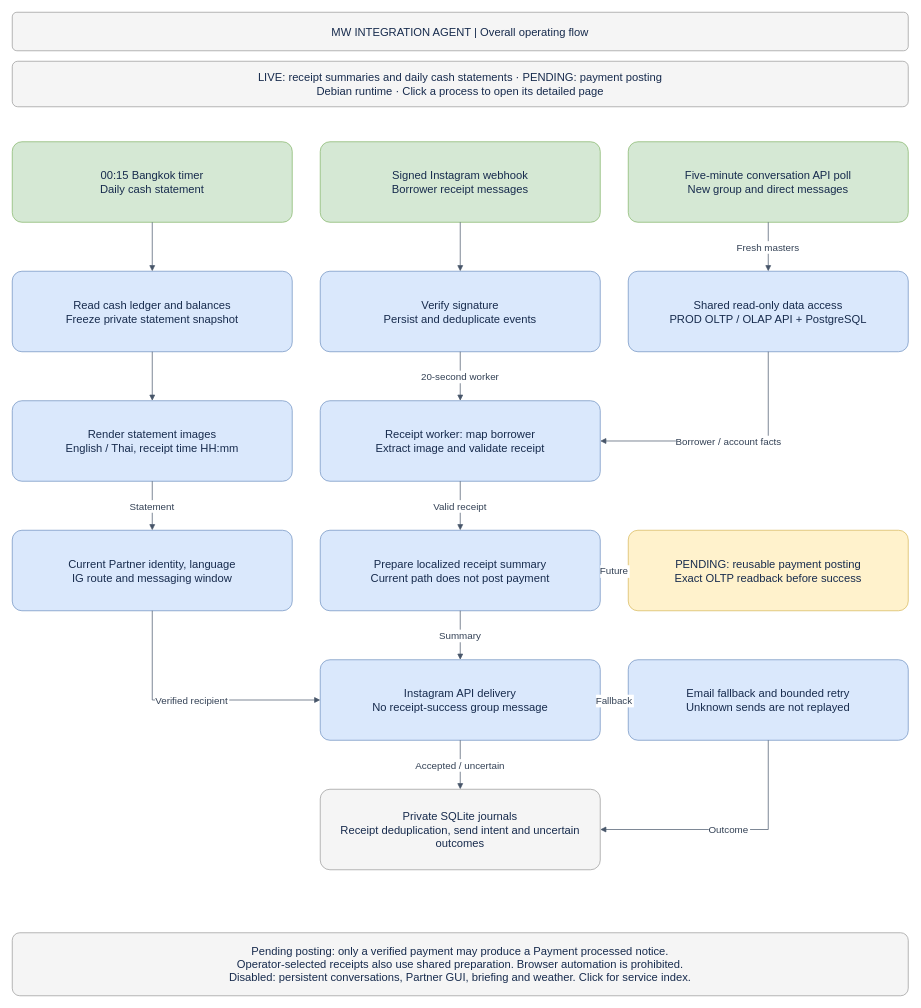
Above: page "01 · Agent overview" (1 of 17) of docs/BUSINESS_PROCESS.drawio in welct0407/MW-Credit-App (draw.io), before the change. Source tidied: cells renumbered, new cells numbered last; positions are measured from the earlier drawing's top-left corner, leaving out a move shared by most shapes. Both pictures are drawn from the tidied source at 70%, with x=0, y=0 at pixel (12, 12).
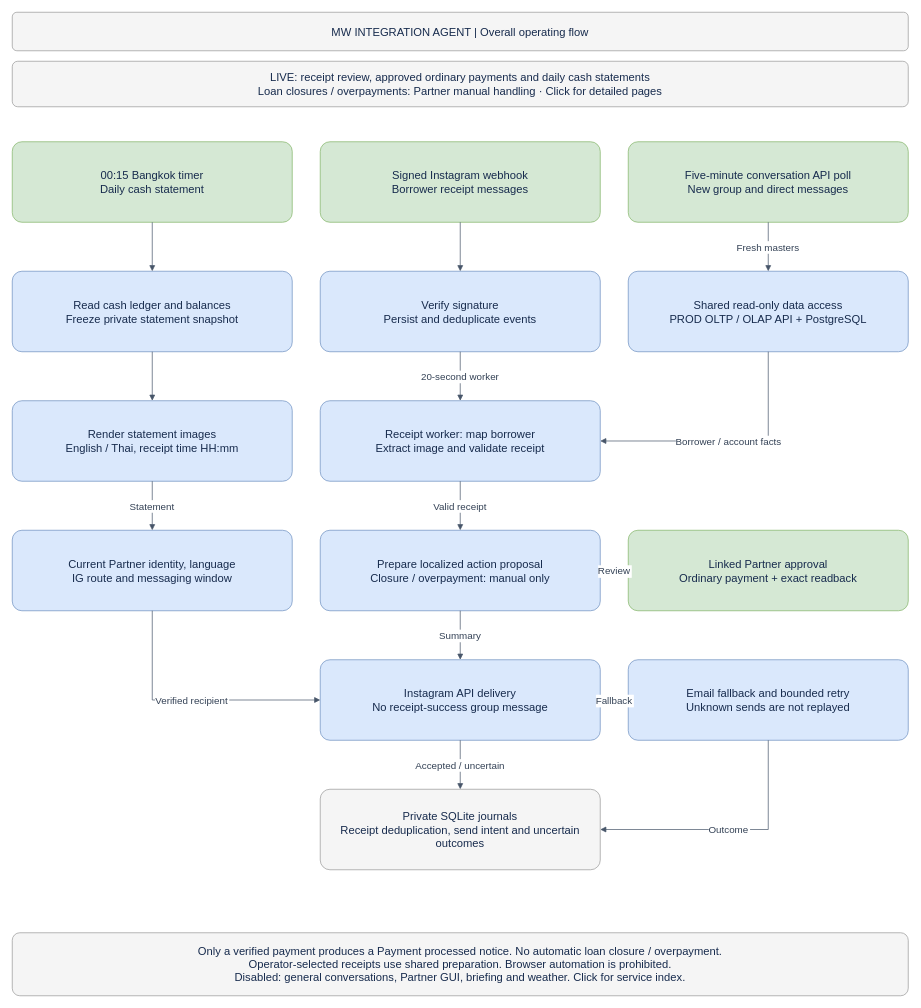
The same diagram, later.

The edit, as a diff of the source:
```diff
@@
-    <mxCell id="3" value="LIVE: receipt summaries and daily cash statements · PENDING: payment posting&#10;Debian runtime · Click a process to open its detailed page" style="rounded=1;arcSize=12;whiteSpace=wrap;html=0;fillColor=#f5f5f5;strokeColor=#999999;fontColor=#172b4d;fontSize=16;align=center;verticalAlign=middle;spacing=12;" parent="1" vertex="1">
+    <mxCell id="3" value="LIVE: receipt review, approved ordinary payments and daily cash statements&#10;Loan closures / overpayments: Partner manual handling · Click for detailed pages" style="rounded=1;arcSize=12;whiteSpace=wrap;html=0;fillColor=#f5f5f5;strokeColor=#999999;fontColor=#172b4d;fontSize=16;align=center;verticalAlign=middle;spacing=12;" parent="1" vertex="1">
       <mxGeometry y="70" width="1280" height="65" as="geometry" />
     </mxCell>
@@
-    <mxCell id="12" value="PENDING: reusable payment posting&#10;Exact OLTP readback before success" style="rounded=1;arcSize=12;whiteSpace=wrap;html=0;fillColor=#fff2cc;strokeColor=#d6b656;fontColor=#172b4d;fontSize=16;align=center;verticalAlign=middle;spacing=12;" parent="1" vertex="1">
+    <mxCell id="12" value="Linked Partner approval&#10;Ordinary payment + exact readback" style="rounded=1;arcSize=12;whiteSpace=wrap;html=0;fillColor=#d5e8d4;strokeColor=#82b366;fontColor=#172b4d;fontSize=16;align=center;verticalAlign=middle;spacing=12;" parent="1" vertex="1">
       <mxGeometry x="880" y="740" width="400" height="115" as="geometry" />
     </mxCell>
@@
-    <mxCell id="14" value="Prepare localized receipt summary&#10;Current path does not post payment" style="rounded=1;arcSize=12;whiteSpace=wrap;html=0;fillColor=#dae8fc;strokeColor=#6c8ebf;fontColor=#172b4d;fontSize=16;align=center;verticalAlign=middle;spacing=12;" parent="1" vertex="1">
+    <mxCell id="14" value="Prepare localized action proposal&#10;Closure / overpayment: manual only" style="rounded=1;arcSize=12;whiteSpace=wrap;html=0;fillColor=#dae8fc;strokeColor=#6c8ebf;fontColor=#172b4d;fontSize=16;align=center;verticalAlign=middle;spacing=12;" parent="1" vertex="1">
       <mxGeometry x="440" y="740" width="400" height="115" as="geometry" />
     </mxCell>
@@
-    <mxCell id="28" value="Future" style="edgeStyle=orthogonalEdgeStyle;rounded=0;jettySize=auto;html=0;endArrow=block;endFill=1;strokeColor=#475569;fontColor=#334155;fontSize=14;labelBackgroundColor=#ffffff;" parent="1" edge="1" source="14" target="12">
+    <mxCell id="28" value="Review" style="edgeStyle=orthogonalEdgeStyle;rounded=0;jettySize=auto;html=0;endArrow=block;endFill=1;strokeColor=#475569;fontColor=#334155;fontSize=14;labelBackgroundColor=#ffffff;" parent="1" edge="1" source="14" target="12">
       <mxGeometry relative="1" as="geometry" />
     </mxCell>
@@
-    <mxCell id="32" value="Pending posting: only a verified payment may produce a Payment processed notice.&#10;Operator-selected receipts also use shared preparation. Browser automation is prohibited.&#10;Disabled: persistent conversations, Partner GUI, briefing and weather. Click for service index." style="rounded=1;arcSize=12;whiteSpace=wrap;html=0;fillColor=#f5f5f5;strokeColor=#999999;fontColor=#172b4d;fontSize=16;align=center;verticalAlign=middle;spacing=12;" parent="1" vertex="1">
+    <mxCell id="32" value="Only a verified payment produces a Payment processed notice. No automatic loan closure / overpayment.&#10;Operator-selected receipts use shared preparation. Browser automation is prohibited.&#10;Disabled: general conversations, Partner GUI, briefing and weather. Click for service index." style="rounded=1;arcSize=12;whiteSpace=wrap;html=0;fillColor=#f5f5f5;strokeColor=#999999;fontColor=#172b4d;fontSize=16;align=center;verticalAlign=middle;spacing=12;" parent="1" vertex="1">
       <mxGeometry y="1315" width="1280" height="90" as="geometry" />
     </mxCell>
```
